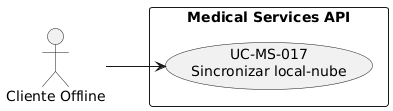
This is docs/assets/use_case_cliente_offline.png from Yop007N/medicalcenter, a PlantUML export, as it was before one commit.
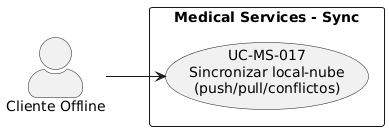
Above is the later version.

What changed in the source:
```diff
@@ -1,9 +1,14 @@
 @startuml
 left to right direction
 skinparam packageStyle rectangle
+skinparam shadowing false
+skinparam actorStyle awesome
+
 actor "Cliente Offline" as O
-rectangle "Medical Services API" {
-  usecase "UC-MS-017\nSincronizar local-nube" as UC17
+
+rectangle "Medical Services - Sync" {
+  usecase "UC-MS-017\nSincronizar local-nube\n(push/pull/conflictos)" as UC17
 }
+
 O --> UC17
 @enduml
```
